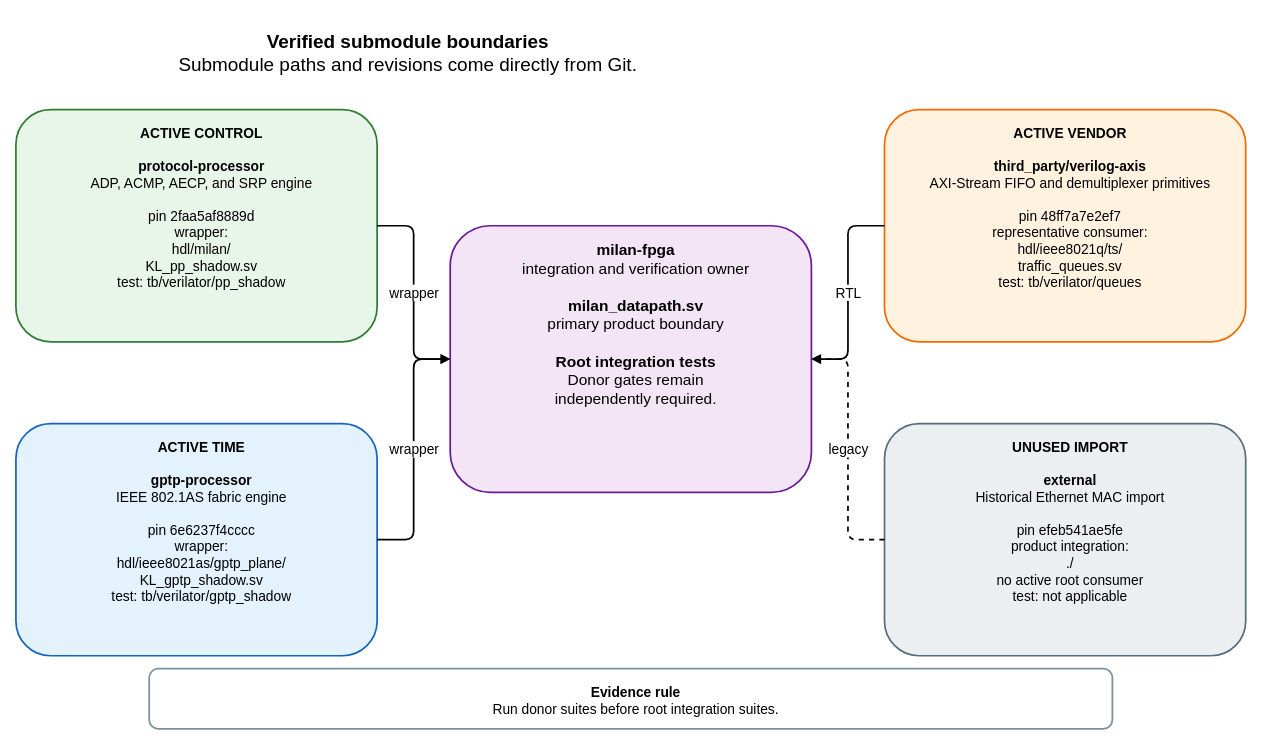
The draw.io diagram docs/diagrams/submodule_boundaries.drawio in kebag-logic/milan-fpga, before the edit. Source tidied: cells renumbered, new cells numbered last; positions are measured from the earlier drawing's top-left corner, leaving out a move shared by most shapes. Both pictures are drawn from the tidied source at 86%, with x=0, y=0 at pixel (15, 15).
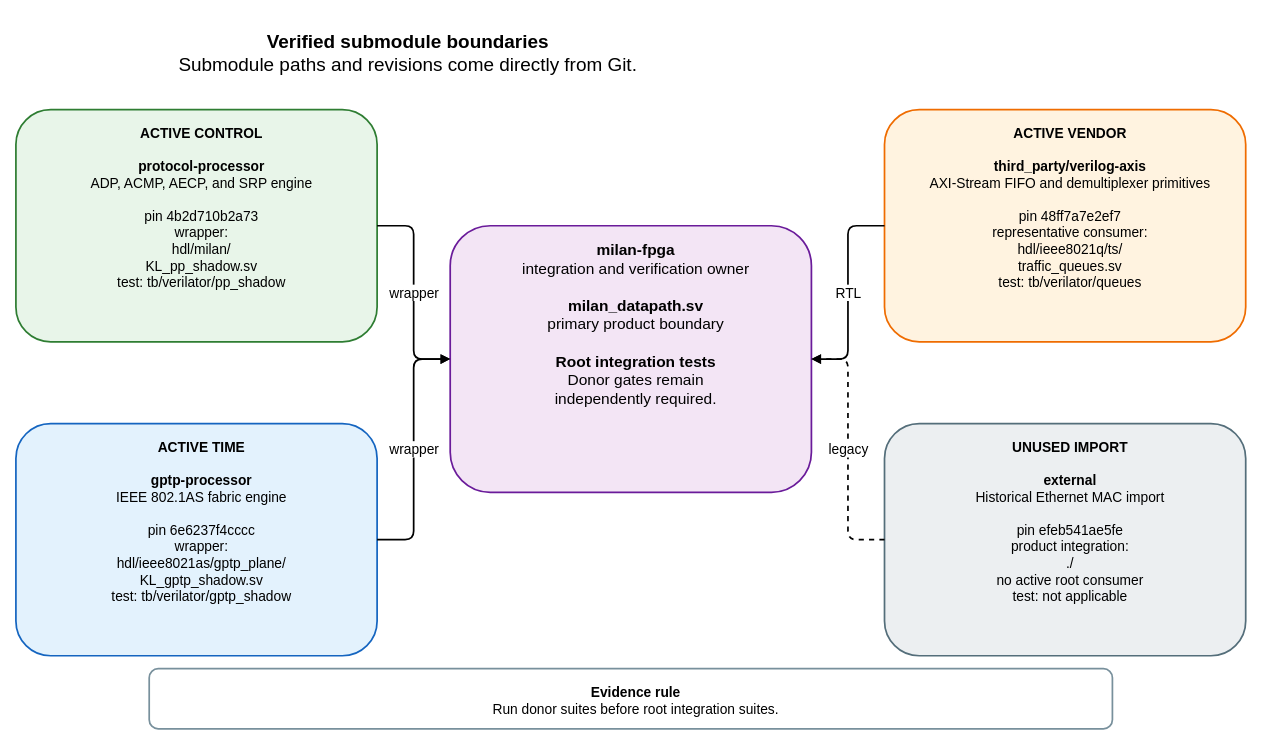
The same diagram, later.

Change to the diagram source:
```diff
@@
 <mxGraphModel>
   <root>
     <mxCell id="0" />
     <mxCell id="1" parent="0" />
     <mxCell id="2" value="&lt;b&gt;Verified submodule boundaries&lt;/b&gt;&lt;br&gt;Submodule paths and revisions come directly from Git." style="rounded=1;whiteSpace=wrap;html=1;verticalAlign=top;spacingTop=12;spacingLeft=12;fontSize=22;fontFamily=Helvetica;fillColor=none;strokeColor=none;strokeWidth=2;" parent="1" vertex="1">
       <mxGeometry width="900" height="65" as="geometry" />
     </mxCell>
     <mxCell id="3" value="&lt;b&gt;milan-fpga&lt;/b&gt;&lt;br&gt;integration and verification owner&lt;br&gt;&lt;br&gt;&lt;b&gt;milan_datapath.sv&lt;/b&gt;&lt;br&gt;primary product boundary&lt;br&gt;&lt;br&gt;&lt;b&gt;Root integration tests&lt;/b&gt;&lt;br&gt;Donor gates remain&lt;br&gt;independently required." style="rounded=1;whiteSpace=wrap;html=1;verticalAlign=top;spacingTop=12;spacingLeft=12;fontSize=18;fontFamily=Helvetica;fillColor=#F3E5F5;strokeColor=#6A1B9A;strokeWidth=2;" parent="1" vertex="1">
       <mxGeometry x="505" y="245" width="420" height="310" as="geometry" />
     </mxCell>
-    <mxCell id="4" value="&lt;b&gt;ACTIVE CONTROL&lt;/b&gt;&lt;br&gt;&lt;br&gt;&lt;b&gt;protocol-processor&lt;/b&gt;&lt;br&gt;ADP, ACMP, AECP, and SRP engine&lt;br&gt;&lt;br&gt;pin 2faa5af8889d&lt;br&gt;wrapper:&lt;br&gt;hdl/milan/&lt;br&gt;KL_pp_shadow.sv&lt;br&gt;test: tb/verilator/pp_shadow" style="rounded=1;whiteSpace=wrap;html=1;verticalAlign=top;spacingTop=12;spacingLeft=12;fontSize=16;fontFamily=Helvetica;fillColor=#E8F5E9;strokeColor=#2E7D32;strokeWidth=2;" parent="1" vertex="1">
+    <mxCell id="4" value="&lt;b&gt;ACTIVE CONTROL&lt;/b&gt;&lt;br&gt;&lt;br&gt;&lt;b&gt;protocol-processor&lt;/b&gt;&lt;br&gt;ADP, ACMP, AECP, and SRP engine&lt;br&gt;&lt;br&gt;pin 4b2d710b2a73&lt;br&gt;wrapper:&lt;br&gt;hdl/milan/&lt;br&gt;KL_pp_shadow.sv&lt;br&gt;test: tb/verilator/pp_shadow" style="rounded=1;whiteSpace=wrap;html=1;verticalAlign=top;spacingTop=12;spacingLeft=12;fontSize=16;fontFamily=Helvetica;fillColor=#E8F5E9;strokeColor=#2E7D32;strokeWidth=2;" parent="1" vertex="1">
       <mxGeometry y="110" width="420" height="270" as="geometry" />
     </mxCell>
     <mxCell id="5" value="&lt;b&gt;ACTIVE TIME&lt;/b&gt;&lt;br&gt;&lt;br&gt;&lt;b&gt;gptp-processor&lt;/b&gt;&lt;br&gt;IEEE 802.1AS fabric engine&lt;br&gt;&lt;br&gt;pin 6e6237f4cccc&lt;br&gt;wrapper:&lt;br&gt;hdl/ieee8021as/gptp_plane/&lt;br&gt;KL_gptp_shadow.sv&lt;br&gt;test: tb/verilator/gptp_shadow" style="rounded=1;whiteSpace=wrap;html=1;verticalAlign=top;spacingTop=12;spacingLeft=12;fontSize=16;fontFamily=Helvetica;fillColor=#E3F2FD;strokeColor=#1565C0;strokeWidth=2;" parent="1" vertex="1">
       <mxGeometry y="475" width="420" height="270" as="geometry" />
     </mxCell>
     <mxCell id="6" value="&lt;b&gt;ACTIVE VENDOR&lt;/b&gt;&lt;br&gt;&lt;br&gt;&lt;b&gt;third_party/verilog-axis&lt;/b&gt;&lt;br&gt;AXI-Stream FIFO and demultiplexer primitives&lt;br&gt;&lt;br&gt;pin 48ff7a7e2ef7&lt;br&gt;representative consumer:&lt;br&gt;hdl/ieee8021q/ts/&lt;br&gt;traffic_queues.sv&lt;br&gt;test: tb/verilator/queues" style="rounded=1;whiteSpace=wrap;html=1;verticalAlign=top;spacingTop=12;spacingLeft=12;fontSize=16;fontFamily=Helvetica;fillColor=#FFF3E0;strokeColor=#EF6C00;strokeWidth=2;" parent="1" vertex="1">
       <mxGeometry x="1010" y="110" width="420" height="270" as="geometry" />
     </mxCell>
     <mxCell id="7" value="&lt;b&gt;UNUSED IMPORT&lt;/b&gt;&lt;br&gt;&lt;br&gt;&lt;b&gt;external&lt;/b&gt;&lt;br&gt;Historical Ethernet MAC import&lt;br&gt;&lt;br&gt;pin efeb541ae5fe&lt;br&gt;product integration:&lt;br&gt;./&lt;br&gt;no active root consumer&lt;br&gt;test: not applicable" style="rounded=1;whiteSpace=wrap;html=1;verticalAlign=top;spacingTop=12;spacingLeft=12;fontSize=16;fontFamily=Helvetica;fillColor=#ECEFF1;strokeColor=#546E7A;strokeWidth=2;" parent="1" vertex="1">
       <mxGeometry x="1010" y="475" width="420" height="270" as="geometry" />
     </mxCell>
     <mxCell id="8" value="wrapper" style="edgeStyle=orthogonalEdgeStyle;rounded=1;jettySize=auto;html=1;endArrow=block;endFill=1;strokeWidth=2;fontSize=16;fontFamily=Helvetica;labelBackgroundColor=#FFFFFF;" parent="1" edge="1" source="4" target="3">
       <mxGeometry relative="1" as="geometry" />
     </mxCell>
     <mxCell id="9" value="wrapper" style="edgeStyle=orthogonalEdgeStyle;rounded=1;jettySize=auto;html=1;endArrow=block;endFill=1;strokeWidth=2;fontSize=16;fontFamily=Helvetica;labelBackgroundColor=#FFFFFF;" parent="1" edge="1" source="5" target="3">
       <mxGeometry relative="1" as="geometry" />
     </mxCell>
     <mxCell id="10" value="RTL" style="edgeStyle=orthogonalEdgeStyle;rounded=1;jettySize=auto;html=1;endArrow=block;endFill=1;strokeWidth=2;fontSize=16;fontFamily=Helvetica;labelBackgroundColor=#FFFFFF;" parent="1" edge="1" source="6" target="3">
       <mxGeometry relative="1" as="geometry" />
     </mxCell>
     <mxCell id="11" value="legacy" style="edgeStyle=orthogonalEdgeStyle;rounded=1;jettySize=auto;html=1;endArrow=block;endFill=1;strokeWidth=2;fontSize=16;fontFamily=Helvetica;labelBackgroundColor=#FFFFFF;dashed=1;" parent="1" edge="1" source="7" target="3">
       <mxGeometry relative="1" as="geometry" />
     </mxCell>
     <mxCell id="12" value="&lt;b&gt;Evidence rule&lt;/b&gt;&lt;br&gt;Run donor suites before root integration suites." style="rounded=1;whiteSpace=wrap;html=1;verticalAlign=top;spacingTop=12;spacingLeft=12;fontSize=16;fontFamily=Helvetica;fillColor=#FFFFFF;strokeColor=#78909C;strokeWidth=2;" parent="1" vertex="1">
       <mxGeometry x="155" y="760" width="1120" height="70" as="geometry" />
     </mxCell>
   </root>
 </mxGraphModel>
```
